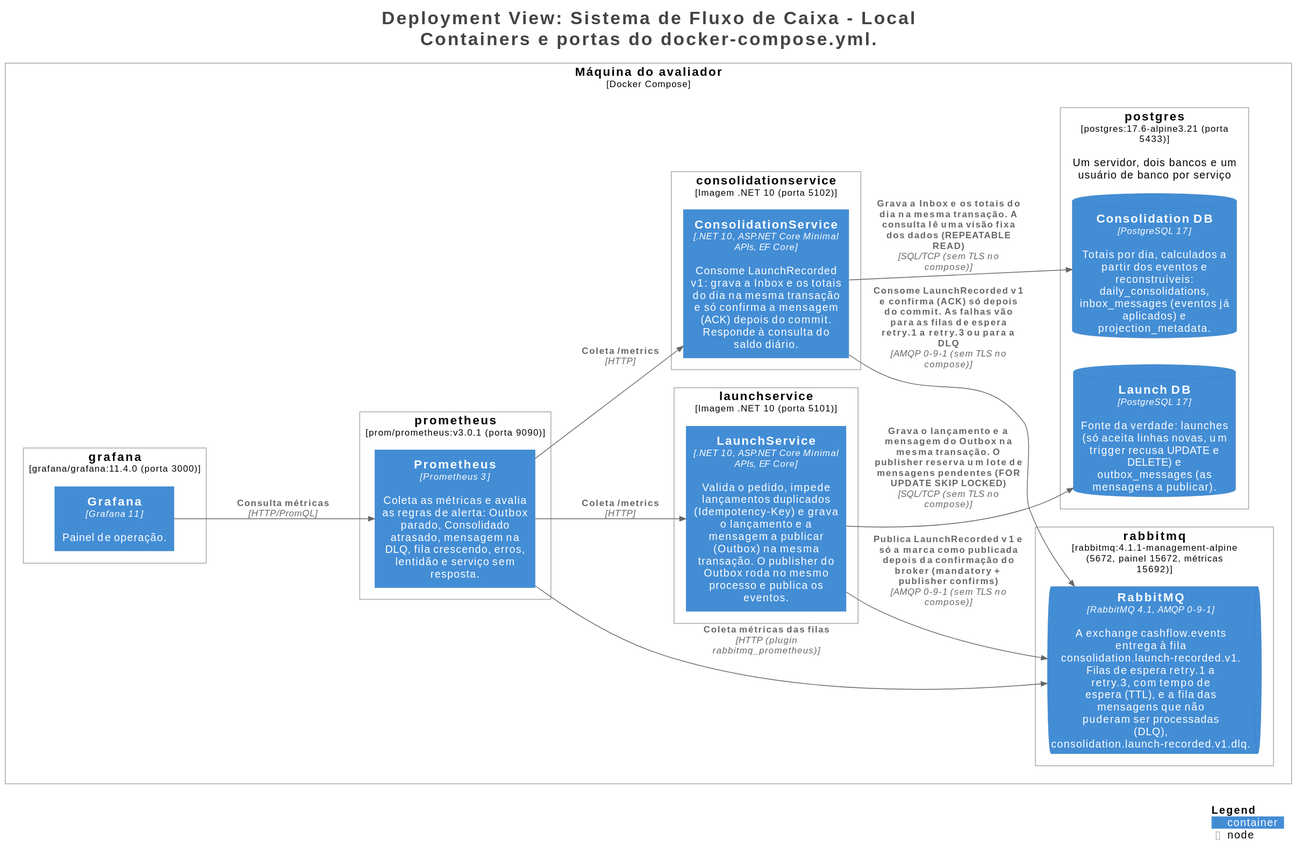
This is docs/diagrams/svg/Deployment-Local.svg from willianrattis/cashflow-daily-balance, a PlantUML export, as it was before one commit.
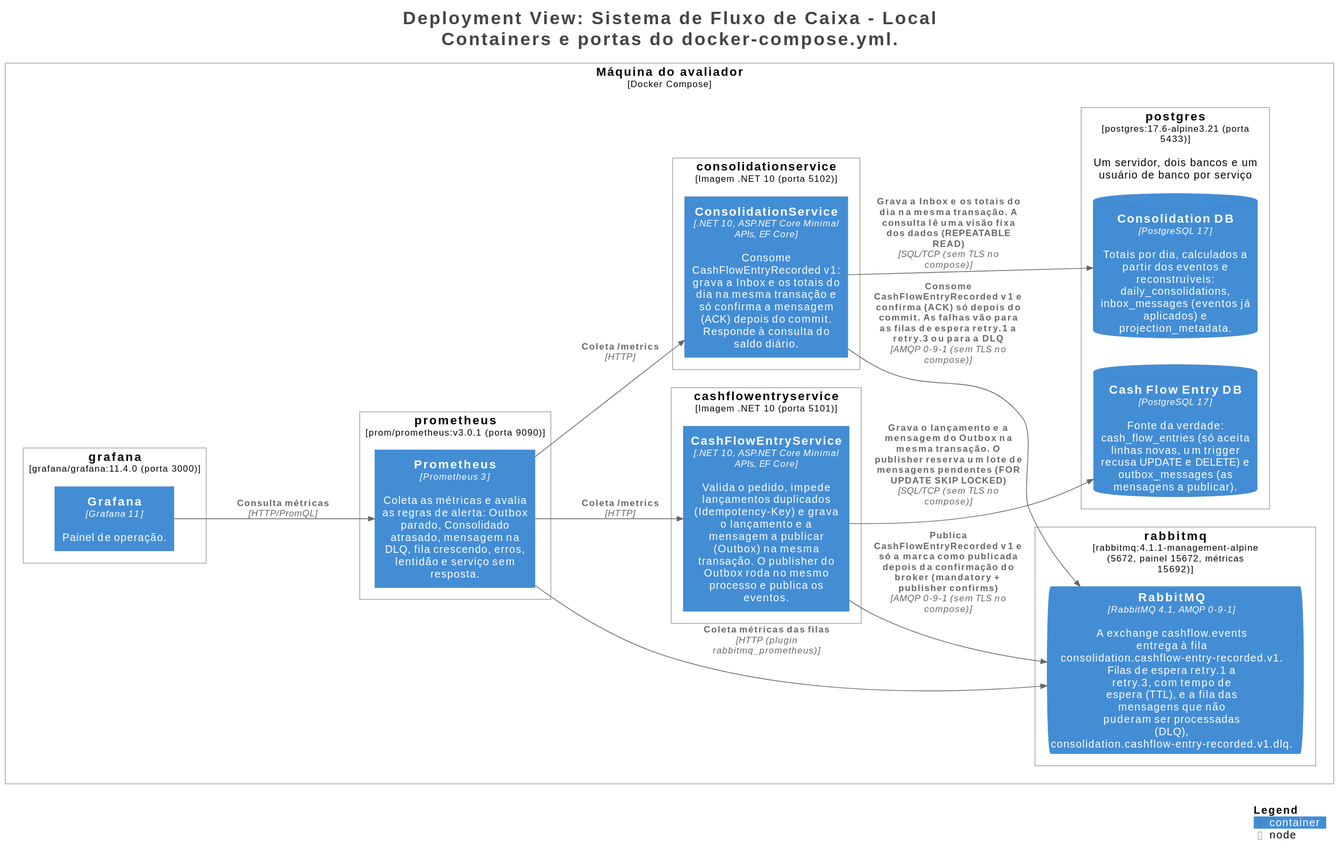
Above is the later version.

Change to the diagram source:
```diff
@@ -18,20 +18,20 @@
 
 Deployment_Node(Local.Máquinadoavaliador, "Máquina do avaliador", $type="Docker Compose", $descr="", $tags="", $link="") {
   Deployment_Node(Local.Máquinadoavaliador.postgres, "postgres", $type="postgres:17.6-alpine3.21 (porta 5433)", $descr="Um servidor, dois bancos e um usuário de banco por serviço", $tags="", $link="") {
-    ContainerDb(Local.Máquinadoavaliador.postgres.LaunchDB_1, "Launch DB", $techn="PostgreSQL 17", $descr="Fonte da verdade: launches (só aceita linhas novas, um trigger recusa UPDATE e DELETE) e outbox_messages (as mensagens a publicar).", $tags="", $link="")
+    ContainerDb(Local.Máquinadoavaliador.postgres.CashFlowEntryDB_1, "Cash Flow Entry DB", $techn="PostgreSQL 17", $descr="Fonte da verdade: cash_flow_entries (só aceita linhas novas, um trigger recusa UPDATE e DELETE) e outbox_messages (as mensagens a publicar).", $tags="", $link="")
     ContainerDb(Local.Máquinadoavaliador.postgres.ConsolidationDB_1, "Consolidation DB", $techn="PostgreSQL 17", $descr="Totais por dia, calculados a partir dos eventos e reconstruíveis: daily_consolidations, inbox_messages (eventos já aplicados) e projection_metadata.", $tags="", $link="")
   }
 
   Deployment_Node(Local.Máquinadoavaliador.rabbitmq, "rabbitmq", $type="rabbitmq:4.1.1-management-alpine (5672, painel 15672, métricas 15692)", $descr="", $tags="", $link="") {
-    ContainerQueue(Local.Máquinadoavaliador.rabbitmq.RabbitMQ_1, "RabbitMQ", $techn="RabbitMQ 4.1, AMQP 0-9-1", $descr="A exchange cashflow.events entrega à fila consolidation.launch-recorded.v1. Filas de espera retry.1 a retry.3, com tempo de espera (TTL), e a fila das mensagens que não puderam ser processadas (DLQ), consolidation.launch-recorded.v1.dlq.", $tags="", $link="")
+    ContainerQueue(Local.Máquinadoavaliador.rabbitmq.RabbitMQ_1, "RabbitMQ", $techn="RabbitMQ 4.1, AMQP 0-9-1", $descr="A exchange cashflow.events entrega à fila consolidation.cashflow-entry-recorded.v1. Filas de espera retry.1 a retry.3, com tempo de espera (TTL), e a fila das mensagens que não puderam ser processadas (DLQ), consolidation.cashflow-entry-recorded.v1.dlq.", $tags="", $link="")
   }
 
-  Deployment_Node(Local.Máquinadoavaliador.launchservice, "launchservice", $type="Imagem .NET 10 (porta 5101)", $descr="", $tags="", $link="") {
-    Container(Local.Máquinadoavaliador.launchservice.LaunchService_1, "LaunchService", $techn=".NET 10, ASP.NET Core Minimal APIs, EF Core", $descr="Valida o pedido, impede lançamentos duplicados (Idempotency-Key) e grava o lançamento e a mensagem a publicar (Outbox) na mesma transação. O publisher do Outbox roda no mesmo processo e publica os eventos.", $tags="", $link="")
+  Deployment_Node(Local.Máquinadoavaliador.cashflowentryservice, "cashflowentryservice", $type="Imagem .NET 10 (porta 5101)", $descr="", $tags="", $link="") {
+    Container(Local.Máquinadoavaliador.cashflowentryservice.CashFlowEntryService_1, "CashFlowEntryService", $techn=".NET 10, ASP.NET Core Minimal APIs, EF Core", $descr="Valida o pedido, impede lançamentos duplicados (Idempotency-Key) e grava o lançamento e a mensagem a publicar (Outbox) na mesma transação. O publisher do Outbox roda no mesmo processo e publica os eventos.", $tags="", $link="")
   }
 
   Deployment_Node(Local.Máquinadoavaliador.consolidationservice, "consolidationservice", $type="Imagem .NET 10 (porta 5102)", $descr="", $tags="", $link="") {
-    Container(Local.Máquinadoavaliador.consolidationservice.ConsolidationService_1, "ConsolidationService", $techn=".NET 10, ASP.NET Core Minimal APIs, EF Core", $descr="Consome LaunchRecorded v1: grava a Inbox e os totais do dia na mesma transação e só confirma a mensagem (ACK) depois do commit. Responde à consulta do saldo diário.", $tags="", $link="")
+    Container(Local.Máquinadoavaliador.consolidationservice.ConsolidationService_1, "ConsolidationService", $techn=".NET 10, ASP.NET Core Minimal APIs, EF Core", $descr="Consome CashFlowEntryRecorded v1: grava a Inbox e os totais do dia na mesma transação e só confirma a mensagem (ACK) depois do commit. Responde à consulta do saldo diário.", $tags="", $link="")
   }
 
   Deployment_Node(Local.Máquinadoavaliador.prometheus, "prometheus", $type="prom/prometheus:v3.0.1 (porta 9090)", $descr="", $tags="", $link="") {
@@ -44,12 +44,12 @@
 
 }
 
-Rel(Local.Máquinadoavaliador.launchservice.LaunchService_1, Local.Máquinadoavaliador.postgres.LaunchDB_1, "Grava o lançamento e a mensagem do Outbox na mesma transação. O publisher reserva um lote de mensagens pendentes (FOR UPDATE SKIP LOCKED)", $techn="SQL/TCP (sem TLS no compose)", $tags="", $link="")
-Rel(Local.Máquinadoavaliador.launchservice.LaunchService_1, Local.Máquinadoavaliador.rabbitmq.RabbitMQ_1, "Publica LaunchRecorded v1 e só a marca como publicada depois da confirmação do broker (mandatory + publisher confirms)", $techn="AMQP 0-9-1 (sem TLS no compose)", $tags="", $link="")
+Rel(Local.Máquinadoavaliador.cashflowentryservice.CashFlowEntryService_1, Local.Máquinadoavaliador.postgres.CashFlowEntryDB_1, "Grava o lançamento e a mensagem do Outbox na mesma transação. O publisher reserva um lote de mensagens pendentes (FOR UPDATE SKIP LOCKED)", $techn="SQL/TCP (sem TLS no compose)", $tags="", $link="")
+Rel(Local.Máquinadoavaliador.cashflowentryservice.CashFlowEntryService_1, Local.Máquinadoavaliador.rabbitmq.RabbitMQ_1, "Publica CashFlowEntryRecorded v1 e só a marca como publicada depois da confirmação do broker (mandatory + publisher confirms)", $techn="AMQP 0-9-1 (sem TLS no compose)", $tags="", $link="")
 Rel(Local.Máquinadoavaliador.consolidationservice.ConsolidationService_1, Local.Máquinadoavaliador.postgres.ConsolidationDB_1, "Grava a Inbox e os totais do dia na mesma transação. A consulta lê uma visão fixa dos dados (REPEATABLE READ)", $techn="SQL/TCP (sem TLS no compose)", $tags="", $link="")
-Rel(Local.Máquinadoavaliador.consolidationservice.ConsolidationService_1, Local.Máquinadoavaliador.rabbitmq.RabbitMQ_1, "Consome LaunchRecorded v1 e confirma (ACK) só depois do commit. As falhas vão para as filas de espera retry.1 a retry.3 ou para a DLQ", $techn="AMQP 0-9-1 (sem TLS no compose)", $tags="", $link="")
+Rel(Local.Máquinadoavaliador.consolidationservice.ConsolidationService_1, Local.Máquinadoavaliador.rabbitmq.RabbitMQ_1, "Consome CashFlowEntryRecorded v1 e confirma (ACK) só depois do commit. As falhas vão para as filas de espera retry.1 a retry.3 ou para a DLQ", $techn="AMQP 0-9-1 (sem TLS no compose)", $tags="", $link="")
 Rel(Local.Máquinadoavaliador.prometheus.Prometheus_1, Local.Máquinadoavaliador.rabbitmq.RabbitMQ_1, "Coleta métricas das filas", $techn="HTTP (plugin rabbitmq_prometheus)", $tags="", $link="")
-Rel(Local.Máquinadoavaliador.prometheus.Prometheus_1, Local.Máquinadoavaliador.launchservice.LaunchService_1, "Coleta /metrics", $techn="HTTP", $tags="", $link="")
+Rel(Local.Máquinadoavaliador.prometheus.Prometheus_1, Local.Máquinadoavaliador.cashflowentryservice.CashFlowEntryService_1, "Coleta /metrics", $techn="HTTP", $tags="", $link="")
 Rel(Local.Máquinadoavaliador.prometheus.Prometheus_1, Local.Máquinadoavaliador.consolidationservice.ConsolidationService_1, "Coleta /metrics", $techn="HTTP", $tags="", $link="")
 Rel(Local.Máquinadoavaliador.grafana.Grafana_1, Local.Máquinadoavaliador.prometheus.Prometheus_1, "Consulta métricas", $techn="HTTP/PromQL", $tags="", $link="")
 
```
